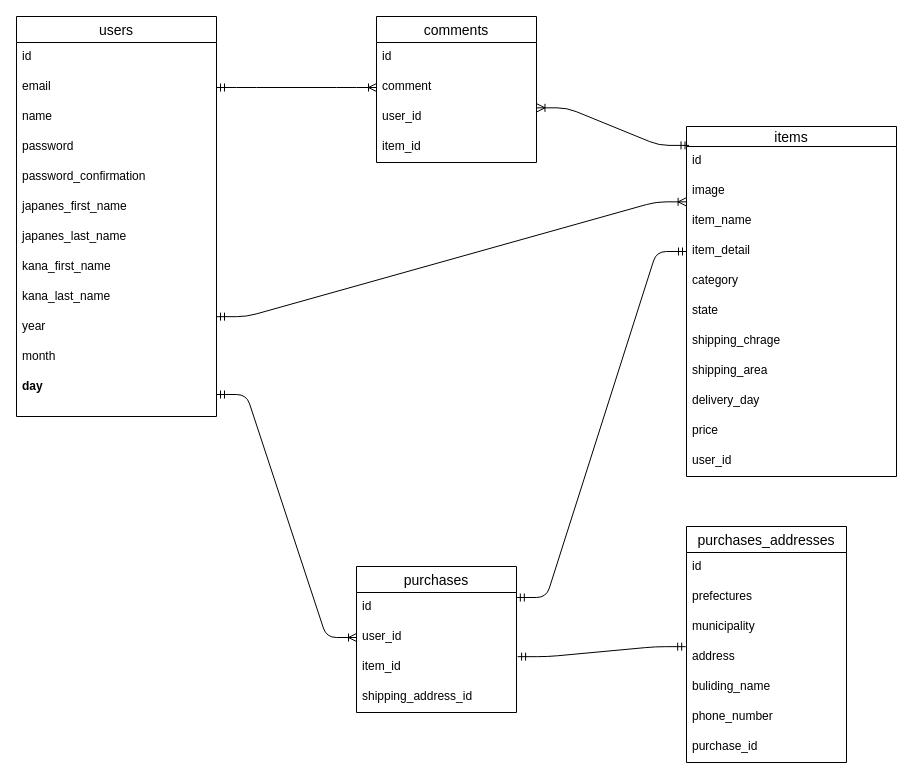
Before: page "ページ1" (1 of 2) of furima_RR.dio in akkun08/furima-33931, a draw.io diagram. Source tidied: cells renumbered, new cells numbered last; positions are measured from the earlier drawing's top-left corner, leaving out a move shared by most shapes. Both pictures are drawn from the tidied source at 100%, with x=0, y=0 at pixel (16, 16).
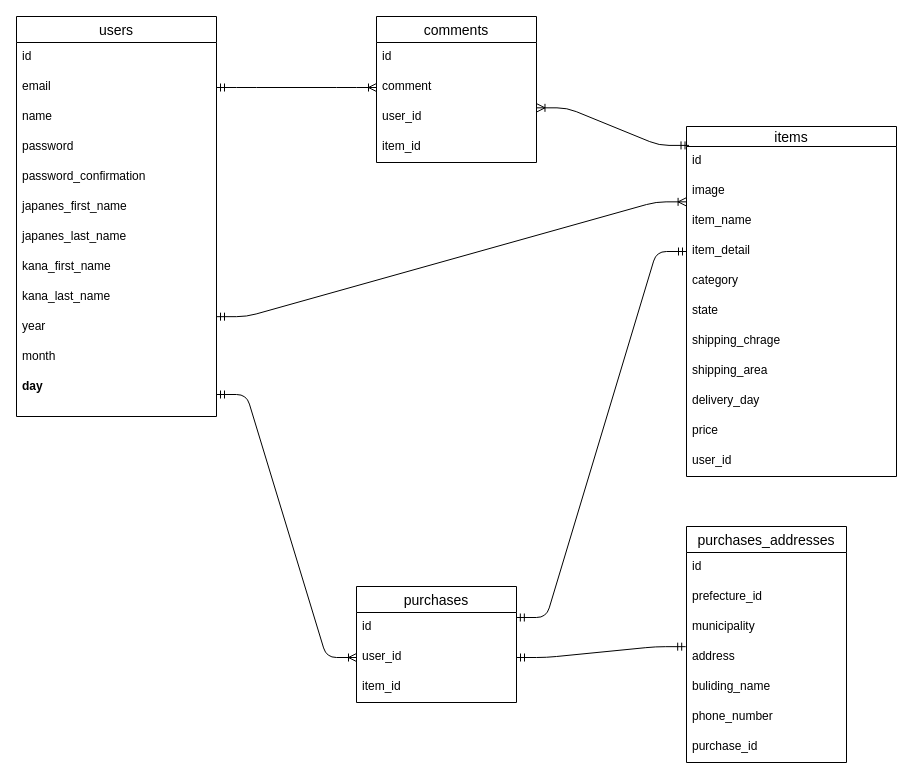
Above is the later version.

The change refers to these unchanged cells:
```xml
<mxCell id="28" value="purchases_addresses" style="swimlane;fontStyle=0;horizontal=1;startSize=26;align=center;fontSize=14;" parent="1" vertex="1">
  <mxGeometry x="670" y="510" width="160" height="236" as="geometry" />
</mxCell>
<mxCell id="32" value="address&#10;" style="text;strokeColor=none;fillColor=none;spacingLeft=4;spacingRight=4;overflow=hidden;points=[[0,0.5],[1,0.5]];portConstraint=eastwest;fontSize=12;" parent="28" vertex="1">
  <mxGeometry y="116" width="160" height="30" as="geometry" />
</mxCell>
<mxCell id="38" value="user_id" style="text;strokeColor=none;fillColor=none;spacingLeft=4;spacingRight=4;overflow=hidden;points=[[0,0.5],[1,0.5]];portConstraint=eastwest;fontSize=12;" parent="36" vertex="1">
  <mxGeometry y="56" width="160" height="30" as="geometry" />
</mxCell>
```

The edit, as a diff of the source:
```diff
@@
-    <mxCell id="30" value="prefectures" style="text;strokeColor=none;fillColor=none;spacingLeft=4;spacingRight=4;overflow=hidden;fontSize=12;" parent="28" vertex="1">
+    <mxCell id="30" value="prefecture_id" style="text;strokeColor=none;fillColor=none;spacingLeft=4;spacingRight=4;overflow=hidden;fontSize=12;" parent="28" vertex="1">
       <mxGeometry y="56" width="160" height="30" as="geometry" />
     </mxCell>
@@
     <mxCell id="36" value="purchases" style="swimlane;fontStyle=0;horizontal=1;startSize=26;align=center;fontSize=14;" parent="1" vertex="1">
-      <mxGeometry x="340" y="550" width="160" height="146" as="geometry" />
+      <mxGeometry x="340" y="570" width="160" height="116" as="geometry" />
     </mxCell>
@@
-    <mxCell id="39" value="item_id&#10;" style="text;strokeColor=none;fillColor=none;spacingLeft=4;spacingRight=4;overflow=hidden;points=[[0,0.5],[1,0.5]];portConstraint=eastwest;fontSize=12;" parent="36" vertex="1">
+    <mxCell id="39" value="item_id" style="text;strokeColor=none;fillColor=none;spacingLeft=4;spacingRight=4;overflow=hidden;points=[[0,0.5],[1,0.5]];portConstraint=eastwest;fontSize=12;" parent="36" vertex="1">
       <mxGeometry y="86" width="160" height="30" as="geometry" />
     </mxCell>
-    <mxCell id="40" value="shipping_address_id" style="text;strokeColor=none;fillColor=none;spacingLeft=4;spacingRight=4;overflow=hidden;fontSize=12;" parent="36" vertex="1">
-      <mxGeometry y="116" width="160" height="30" as="geometry" />
-    </mxCell>
@@
-    <mxCell id="50" style="edgeStyle=entityRelationEdgeStyle;fontSize=12;html=1;endArrow=ERmandOne;startArrow=ERmandOne;exitX=1.007;exitY=0.139;exitDx=0;exitDy=0;exitPerimeter=0;entryX=-0.005;entryY=0.139;entryDx=0;entryDy=0;entryPerimeter=0;" parent="1" edge="1" source="39" target="32">
+    <mxCell id="50" style="edgeStyle=entityRelationEdgeStyle;fontSize=12;html=1;endArrow=ERmandOne;startArrow=ERmandOne;exitX=1;exitY=0.5;exitDx=0;exitDy=0;entryX=-0.005;entryY=0.139;entryDx=0;entryDy=0;entryPerimeter=0;" parent="1" edge="1" source="38" target="32">
       <mxGeometry relative="1" as="geometry" />
     </mxCell>
```
